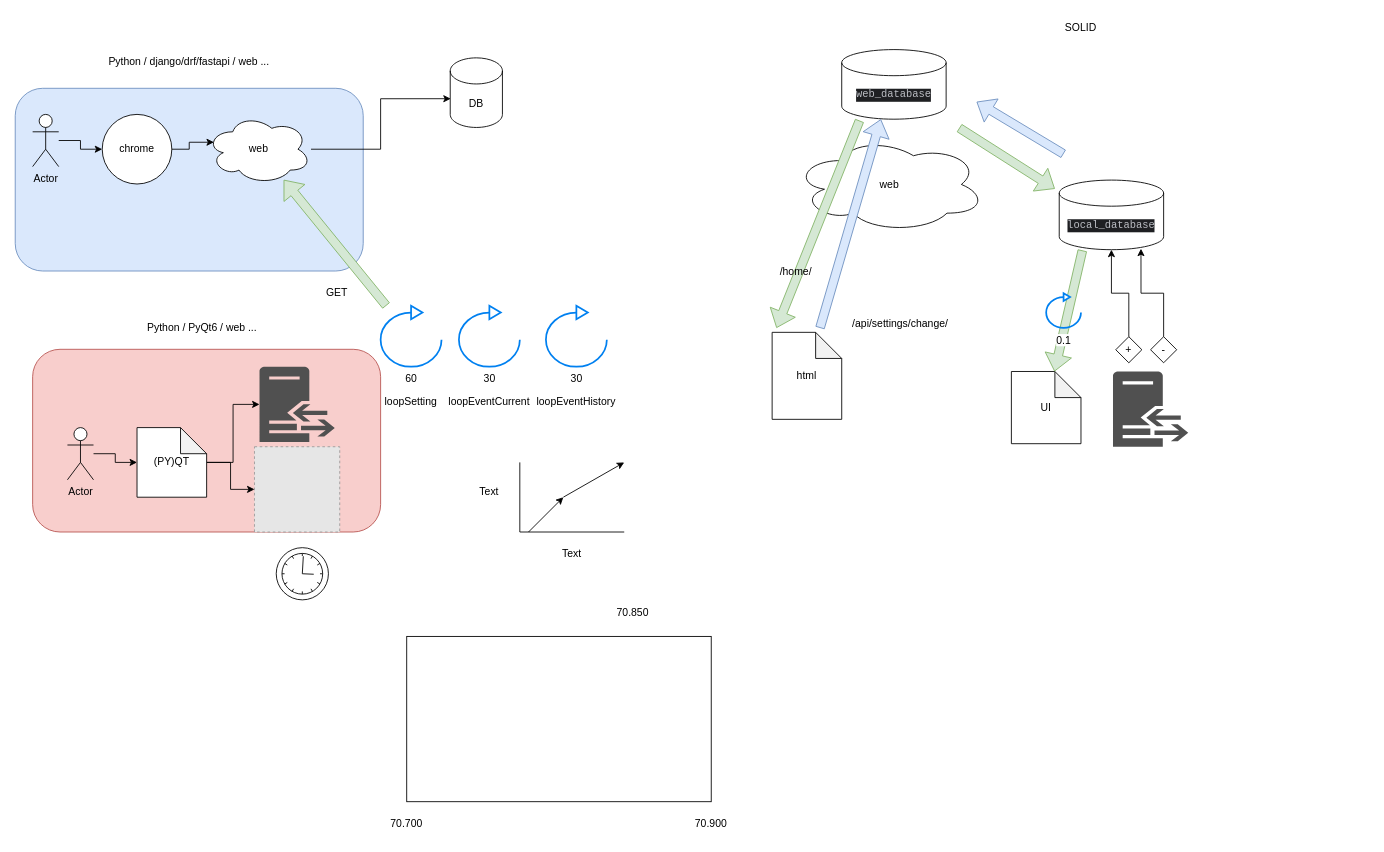
Before: projects/7/django_digital_home/схема.drawio in bogdandrienko/PyE-231, a draw.io diagram. Source tidied: cells renumbered, new cells numbered last; positions are measured from the earlier drawing's top-left corner, leaving out a move shared by most shapes. Both pictures are drawn from the tidied source at 87%, with x=0, y=0 at pixel (15, 15). Pictures stored in the file or linked from it are replaced by grey dashed boxes.
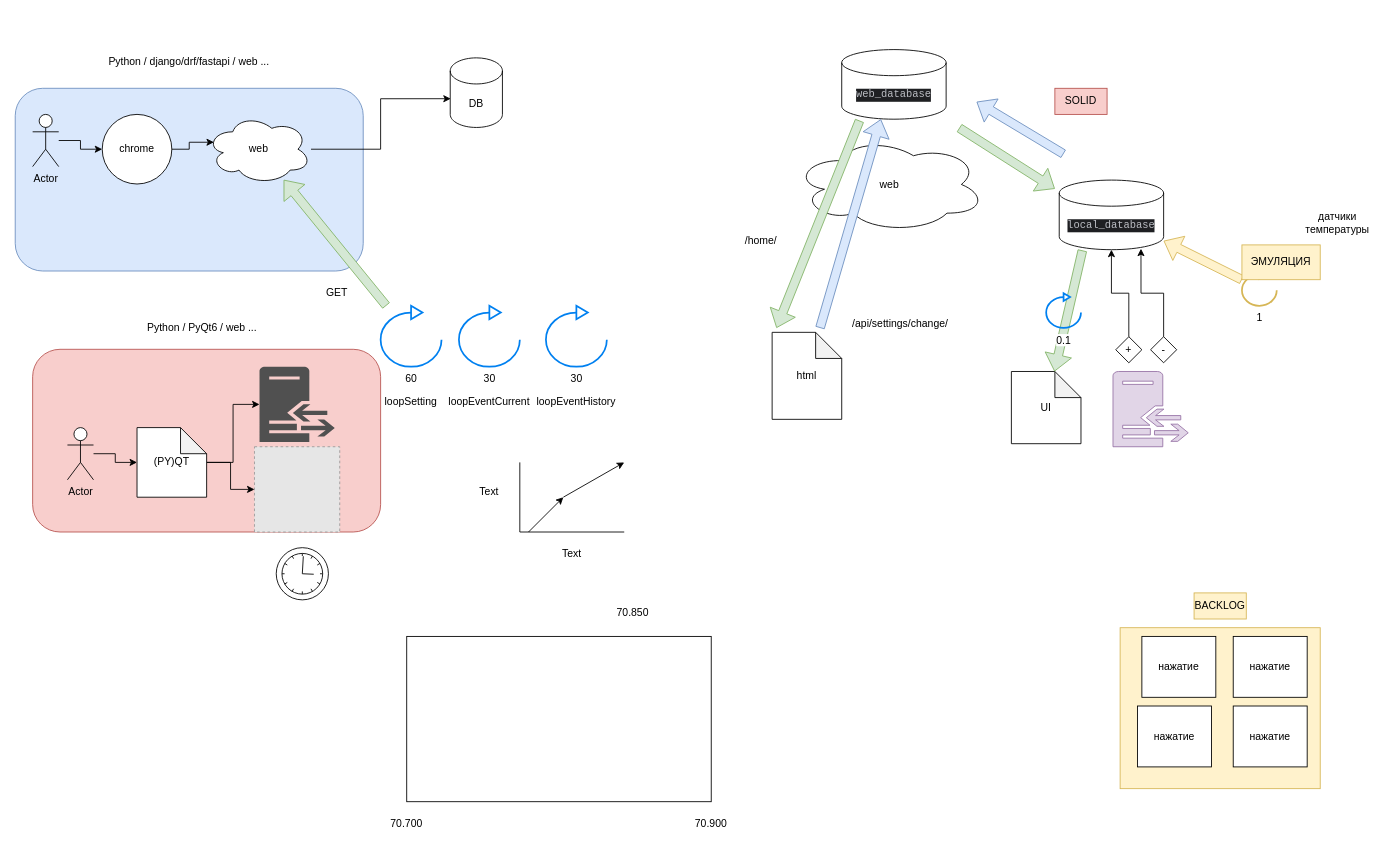
The same page after the edit.

Unchanged cells that the change refers to:
```xml
<mxCell id="34" value="&lt;div style=&quot;background-color:#1e1f22;color:#bcbec4&quot;&gt;&lt;pre style=&quot;font-family:'JetBrains Mono',monospace;font-size:22,5pt;&quot;&gt;local_database&lt;/pre&gt;&lt;/div&gt;" style="shape=cylinder3;whiteSpace=wrap;html=1;boundedLbl=1;backgroundOutline=1;size=15;" parent="1" vertex="1">
  <mxGeometry x="1200" y="189.5" width="120" height="80" as="geometry" />
</mxCell>
```

What changed in the source:
```diff
@@
-    <mxCell id="35" style="sketch=0;shadow=0;dashed=0;html=1;strokeColor=none;fillColor=#505050;labelPosition=center;verticalLabelPosition=bottom;verticalAlign=top;align=center;shape=mxgraph.office.servers.reverse_proxy;" parent="1" vertex="1">
+    <mxCell id="35" style="sketch=0;shadow=0;dashed=0;html=1;strokeColor=#9673a6;fillColor=#e1d5e7;labelPosition=center;verticalLabelPosition=bottom;verticalAlign=top;align=center;shape=mxgraph.office.servers.reverse_proxy;" parent="1" vertex="1">
       <mxGeometry x="1261.8" y="409.5" width="86.5" height="86.5" as="geometry" />
     </mxCell>
@@
-    <mxCell id="42" value="SOLID" style="text;html=1;strokeColor=none;fillColor=none;align=center;verticalAlign=middle;whiteSpace=wrap;rounded=0;" parent="1" vertex="1">
-      <mxGeometry x="1195" y="-0.5" width="60" height="30" as="geometry" />
+    <mxCell id="42" value="SOLID" style="text;html=1;strokeColor=#b85450;fillColor=#f8cecc;align=center;verticalAlign=middle;whiteSpace=wrap;rounded=0;" parent="1" vertex="1">
+      <mxGeometry x="1195" y="84" width="60" height="30" as="geometry" />
     </mxCell>
@@
     <mxCell id="57" value="/home/" style="text;html=1;strokeColor=none;fillColor=none;align=center;verticalAlign=middle;whiteSpace=wrap;rounded=0;" parent="1" vertex="1">
-      <mxGeometry x="860" y="284.5" width="75" height="20" as="geometry" />
+      <mxGeometry x="820" y="249.5" width="75" height="20" as="geometry" />
     </mxCell>
+    <mxCell id="58" style="shape=flexArrow;endArrow=classic;html=1;rounded=0;fillColor=#fff2cc;strokeColor=#d6b656;" parent="1" edge="1" source="59" target="34">
+      <mxGeometry relative="1" as="geometry" />
+    </mxCell>
+    <mxCell id="59" value="1" style="html=1;verticalLabelPosition=bottom;align=center;labelBackgroundColor=#ffffff;verticalAlign=top;strokeWidth=2;strokeColor=#d6b656;shadow=0;dashed=0;shape=mxgraph.ios7.icons.reload;fillColor=#fff2cc;" parent="1" vertex="1">
+      <mxGeometry x="1410" y="294" width="40" height="40" as="geometry" />
+    </mxCell>
+    <mxCell id="60" value="ЭМУЛЯЦИЯ" style="text;html=1;strokeColor=#d6b656;fillColor=#fff2cc;align=center;verticalAlign=middle;whiteSpace=wrap;rounded=0;" parent="1" vertex="1">
+      <mxGeometry x="1410" y="264" width="90" height="40" as="geometry" />
+    </mxCell>
+    <mxCell id="61" value="датчики температуры" style="text;html=1;strokeColor=none;fillColor=none;align=center;verticalAlign=middle;whiteSpace=wrap;rounded=0;" parent="1" vertex="1">
+      <mxGeometry x="1490" y="224" width="60" height="30" as="geometry" />
+    </mxCell>
+    <mxCell id="62" style="rounded=0;whiteSpace=wrap;html=1;fillColor=#fff2cc;strokeColor=#d6b656;" parent="1" vertex="1">
+      <mxGeometry x="1270" y="704" width="230" height="185" as="geometry" />
+    </mxCell>
+    <mxCell id="63" value="нажатие" style="rounded=0;whiteSpace=wrap;html=1;" parent="1" vertex="1">
+      <mxGeometry x="1400" y="714" width="85" height="70" as="geometry" />
+    </mxCell>
+    <mxCell id="64" value="нажатие" style="rounded=0;whiteSpace=wrap;html=1;" parent="1" vertex="1">
+      <mxGeometry x="1295" y="714" width="85" height="70" as="geometry" />
+    </mxCell>
+    <mxCell id="65" value="нажатие" style="rounded=0;whiteSpace=wrap;html=1;" parent="1" vertex="1">
+      <mxGeometry x="1290" y="794" width="85" height="70" as="geometry" />
+    </mxCell>
+    <mxCell id="66" value="нажатие" style="rounded=0;whiteSpace=wrap;html=1;" parent="1" vertex="1">
+      <mxGeometry x="1400" y="794" width="85" height="70" as="geometry" />
+    </mxCell>
+    <mxCell id="67" value="BACKLOG" style="text;html=1;strokeColor=#d6b656;fillColor=#fff2cc;align=center;verticalAlign=middle;whiteSpace=wrap;rounded=0;" parent="1" vertex="1">
+      <mxGeometry x="1355" y="664" width="60" height="30" as="geometry" />
+    </mxCell>
```
